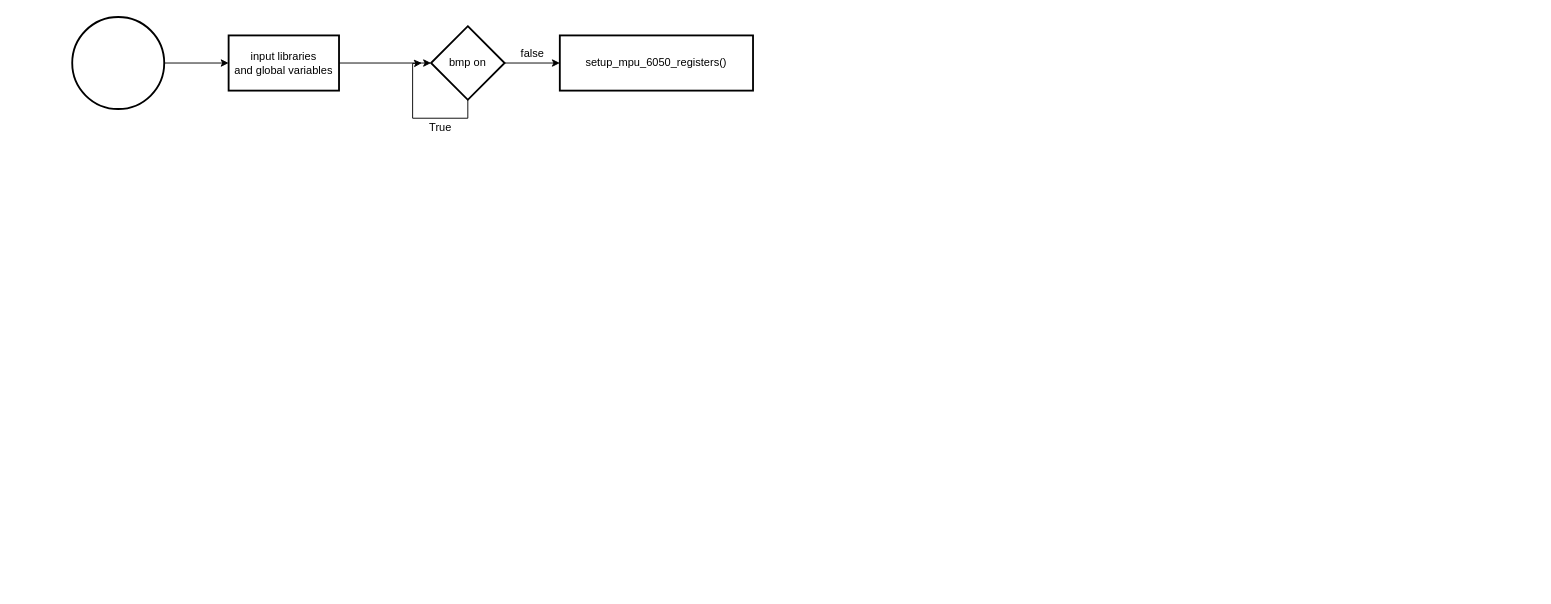
Earlier version of the draw.io diagram Untitled Diagram.drawio (Mehmetnurbostan/hellobot). Source tidied: cells renumbered, new cells numbered last; positions are measured from the earlier drawing's top-left corner, leaving out a move shared by most shapes. Both pictures are drawn from the tidied source at 92%, with x=0, y=0 at pixel (72, 17).
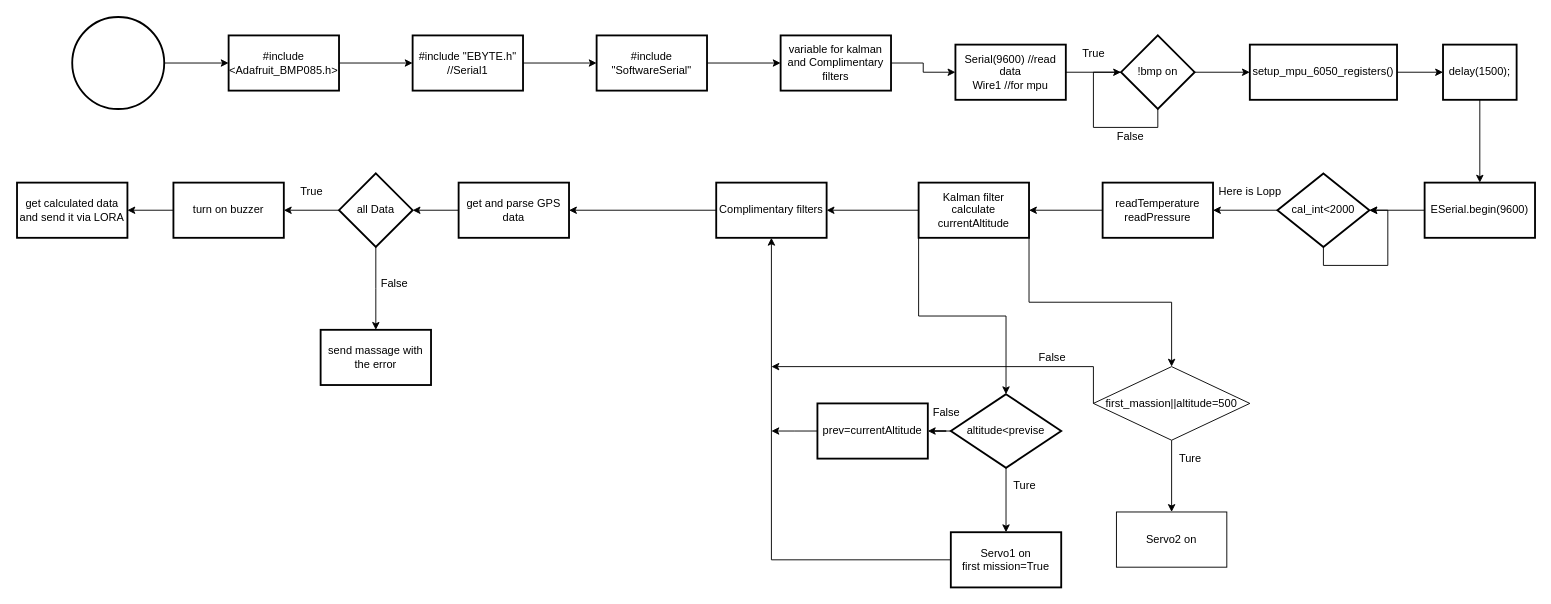
After the change.

Unchanged cells that the change refers to:
```xml
<mxCell id="3" style="strokeWidth=2;html=1;shape=mxgraph.flowchart.start_2;whiteSpace=wrap;" parent="1" vertex="1">
  <mxGeometry width="100" height="100" as="geometry" />
</mxCell>
```

Diff of the diagram source:
```diff
@@
-    <mxCell id="2" style="edgeStyle=orthogonalEdgeStyle;rounded=0;jettySize=auto;html=1;" parent="1" edge="1" source="3" target="5">
-      <mxGeometry relative="1" as="geometry" />
-    </mxCell>
+    <mxCell id="12" style="edgeStyle=orthogonalEdgeStyle;rounded=0;jettySize=auto;html=1;" parent="1" edge="1" source="3" target="14">
+      <mxGeometry relative="1" as="geometry" />
+    </mxCell>
@@
-    <mxCell id="4" style="edgeStyle=orthogonalEdgeStyle;rounded=0;jettySize=auto;html=1;" parent="1" edge="1" source="5" target="8">
-      <mxGeometry relative="1" as="geometry" />
-    </mxCell>
-    <mxCell id="5" value="&lt;div&gt;input libraries&lt;/div&gt;&lt;div&gt;and global variables&lt;/div&gt;" style="whiteSpace=wrap;html=1;strokeWidth=2;" parent="1" vertex="1">
-      <mxGeometry x="170" y="20" width="120" height="60" as="geometry" />
-    </mxCell>
-    <mxCell id="6" style="edgeStyle=orthogonalEdgeStyle;rounded=0;jettySize=auto;html=1;" parent="1" edge="1" source="8" target="9">
-      <mxGeometry relative="1" as="geometry" />
-    </mxCell>
-    <mxCell id="7" style="edgeStyle=orthogonalEdgeStyle;rounded=0;jettySize=auto;html=1;exitX=0.5;exitY=1;exitDx=0;exitDy=0;" parent="1" edge="1" source="8">
-      <mxGeometry relative="1" as="geometry">
-        <mxPoint x="380" y="50" as="targetPoint" />
-      </mxGeometry>
-    </mxCell>
-    <mxCell id="8" value="bmp on" style="rhombus;whiteSpace=wrap;html=1;strokeWidth=2;" parent="1" vertex="1">
-      <mxGeometry x="390" y="10" width="80" height="80" as="geometry" />
-    </mxCell>
+    <mxCell id="13" style="edgeStyle=orthogonalEdgeStyle;rounded=0;jettySize=auto;html=1;" parent="1" edge="1" source="14" target="16">
+      <mxGeometry relative="1" as="geometry" />
+    </mxCell>
+    <mxCell id="14" value="#include &amp;lt;Adafruit_BMP085.h&amp;gt;" style="whiteSpace=wrap;html=1;strokeWidth=2;" parent="1" vertex="1">
+      <mxGeometry x="170" y="20" width="120" height="60" as="geometry" />
+    </mxCell>
+    <mxCell id="15" style="edgeStyle=orthogonalEdgeStyle;rounded=0;jettySize=auto;html=1;" parent="1" edge="1" source="16" target="18">
+      <mxGeometry relative="1" as="geometry" />
+    </mxCell>
+    <mxCell id="16" value="&lt;div&gt;#include &quot;EBYTE.h&quot;&lt;/div&gt;&lt;div&gt;//Serial1&lt;/div&gt;" style="whiteSpace=wrap;html=1;strokeWidth=2;" parent="1" vertex="1">
+      <mxGeometry x="370" y="20" width="120" height="60" as="geometry" />
+    </mxCell>
+    <mxCell id="17" style="edgeStyle=orthogonalEdgeStyle;rounded=0;jettySize=auto;html=1;" parent="1" edge="1" source="18" target="20">
+      <mxGeometry relative="1" as="geometry" />
+    </mxCell>
+    <mxCell id="18" value="#include &quot;SoftwareSerial&quot;" style="whiteSpace=wrap;html=1;strokeWidth=2;" parent="1" vertex="1">
+      <mxGeometry x="570" y="20" width="120" height="60" as="geometry" />
+    </mxCell>
+    <mxCell id="19" style="edgeStyle=orthogonalEdgeStyle;rounded=0;jettySize=auto;html=1;" parent="1" edge="1" source="20" target="22">
+      <mxGeometry relative="1" as="geometry" />
+    </mxCell>
+    <mxCell id="20" value="variable for kalman and Complimentary filters" style="whiteSpace=wrap;html=1;strokeWidth=2;" parent="1" vertex="1">
+      <mxGeometry x="770" y="20" width="120" height="60" as="geometry" />
+    </mxCell>
+    <mxCell id="21" style="edgeStyle=orthogonalEdgeStyle;rounded=0;jettySize=auto;html=1;" parent="1" edge="1" source="22" target="25">
+      <mxGeometry relative="1" as="geometry" />
+    </mxCell>
+    <mxCell id="22" value="&lt;div&gt;Serial(9600) //read data&lt;/div&gt;&lt;div&gt;Wire1 //for mpu&lt;br&gt;&lt;/div&gt;" style="whiteSpace=wrap;html=1;strokeWidth=2;" parent="1" vertex="1">
+      <mxGeometry x="960" y="30" width="120" height="60" as="geometry" />
+    </mxCell>
+    <mxCell id="23" style="edgeStyle=orthogonalEdgeStyle;rounded=0;orthogonalLoop=1;jettySize=auto;html=1;exitX=0.5;exitY=1;exitDx=0;exitDy=0;entryX=1;entryY=0.5;entryDx=0;entryDy=0;" parent="1" edge="1" source="25" target="25">
+      <mxGeometry relative="1" as="geometry">
+        <Array as="points">
+          <mxPoint x="1180" y="120" />
+          <mxPoint x="1110" y="120" />
+          <mxPoint x="1110" y="60" />
+        </Array>
+      </mxGeometry>
+    </mxCell>
+    <mxCell id="24" style="edgeStyle=orthogonalEdgeStyle;rounded=0;jettySize=auto;html=1;" parent="1" edge="1" source="25" target="9">
+      <mxGeometry relative="1" as="geometry" />
+    </mxCell>
+    <mxCell id="25" value="!bmp on" style="rhombus;whiteSpace=wrap;html=1;strokeWidth=2;" parent="1" vertex="1">
+      <mxGeometry x="1140" y="20" width="80" height="80" as="geometry" />
+    </mxCell>
+    <mxCell id="26" value="False" style="text;html=1;align=center;verticalAlign=middle;strokeColor=none;" parent="1" vertex="1">
+      <mxGeometry x="1130" y="120" width="40" height="20" as="geometry" />
+    </mxCell>
+    <mxCell id="27" style="edgeStyle=orthogonalEdgeStyle;rounded=0;jettySize=auto;html=1;" parent="1" edge="1" source="9" target="30">
+      <mxGeometry relative="1" as="geometry" />
+    </mxCell>
     <mxCell id="9" value="setup_mpu_6050_registers()" style="whiteSpace=wrap;html=1;strokeWidth=2;" parent="1" vertex="1">
-      <mxGeometry x="530" y="20" width="210" height="60" as="geometry" />
+      <mxGeometry x="1280" y="30" width="160" height="60" as="geometry" />
     </mxCell>
-    <mxCell id="10" value="&lt;div&gt;True&lt;/div&gt;" style="text;html=1;align=center;verticalAlign=middle;strokeColor=none;" parent="1" vertex="1">
-      <mxGeometry x="380" y="110" width="40" height="20" as="geometry" />
-    </mxCell>
-    <mxCell id="11" value="&lt;div&gt;false&lt;/div&gt;" style="text;html=1;align=center;verticalAlign=middle;strokeColor=none;" parent="1" vertex="1">
-      <mxGeometry x="480" y="30" width="40" height="20" as="geometry" />
-    </mxCell>
+    <mxCell id="28" value="True" style="text;html=1;align=center;verticalAlign=middle;strokeColor=none;" parent="1" vertex="1">
+      <mxGeometry x="1090" y="30" width="40" height="20" as="geometry" />
+    </mxCell>
+    <mxCell id="29" style="edgeStyle=orthogonalEdgeStyle;rounded=0;jettySize=auto;html=1;" parent="1" edge="1" source="30" target="32">
+      <mxGeometry relative="1" as="geometry" />
+    </mxCell>
+    <mxCell id="30" value="delay(1500);" style="whiteSpace=wrap;html=1;strokeWidth=2;" parent="1" vertex="1">
+      <mxGeometry x="1490" y="30" width="80" height="60" as="geometry" />
+    </mxCell>
+    <mxCell id="31" style="edgeStyle=orthogonalEdgeStyle;rounded=0;jettySize=auto;html=1;" parent="1" edge="1" source="32" target="34">
+      <mxGeometry relative="1" as="geometry" />
+    </mxCell>
+    <mxCell id="32" value="ESerial.begin(9600)" style="whiteSpace=wrap;html=1;strokeWidth=2;" parent="1" vertex="1">
+      <mxGeometry x="1470" y="180" width="120" height="60" as="geometry" />
+    </mxCell>
+    <mxCell id="33" style="edgeStyle=orthogonalEdgeStyle;rounded=0;jettySize=auto;html=1;" parent="1" edge="1" source="34" target="36">
+      <mxGeometry relative="1" as="geometry" />
+    </mxCell>
+    <mxCell id="34" value="cal_int&amp;lt;2000" style="rhombus;whiteSpace=wrap;html=1;strokeWidth=2;" parent="1" vertex="1">
+      <mxGeometry x="1310" y="170" width="100" height="80" as="geometry" />
+    </mxCell>
+    <mxCell id="35" style="edgeStyle=orthogonalEdgeStyle;rounded=0;jettySize=auto;html=1;" parent="1" edge="1" source="36" target="40">
+      <mxGeometry relative="1" as="geometry" />
+    </mxCell>
+    <mxCell id="36" value="&lt;div&gt;readTemperature&lt;/div&gt;&lt;div&gt;readPressure&lt;/div&gt;" style="whiteSpace=wrap;html=1;strokeWidth=2;" parent="1" vertex="1">
+      <mxGeometry x="1120" y="180" width="120" height="60" as="geometry" />
+    </mxCell>
+    <mxCell id="37" style="edgeStyle=orthogonalEdgeStyle;rounded=0;jettySize=auto;html=1;" parent="1" edge="1" source="40" target="42">
+      <mxGeometry relative="1" as="geometry" />
+    </mxCell>
+    <mxCell id="38" style="edgeStyle=orthogonalEdgeStyle;rounded=0;jettySize=auto;html=1;exitX=1;exitY=1;exitDx=0;exitDy=0;" parent="1" edge="1" source="40" target="63">
+      <mxGeometry relative="1" as="geometry" />
+    </mxCell>
+    <mxCell id="39" style="edgeStyle=orthogonalEdgeStyle;rounded=0;jettySize=auto;html=1;exitX=0;exitY=1;exitDx=0;exitDy=0;entryX=0.5;entryY=0;entryDx=0;entryDy=0;" parent="1" edge="1" source="40" target="56">
+      <mxGeometry relative="1" as="geometry" />
+    </mxCell>
+    <mxCell id="40" value="&lt;div&gt;Kalman filter&lt;/div&gt;&lt;div&gt;calculate currentAltitude&lt;/div&gt;" style="whiteSpace=wrap;html=1;strokeWidth=2;" parent="1" vertex="1">
+      <mxGeometry x="920" y="180" width="120" height="60" as="geometry" />
+    </mxCell>
+    <mxCell id="41" style="edgeStyle=orthogonalEdgeStyle;rounded=0;jettySize=auto;html=1;" parent="1" edge="1" source="42" target="45">
+      <mxGeometry relative="1" as="geometry" />
+    </mxCell>
+    <mxCell id="42" value="Complimentary filters" style="whiteSpace=wrap;html=1;strokeWidth=2;" parent="1" vertex="1">
+      <mxGeometry x="700" y="180" width="120" height="60" as="geometry" />
+    </mxCell>
+    <mxCell id="43" value="&lt;div&gt;get calculated data&lt;/div&gt;&lt;div&gt;and send it via LORA&lt;br&gt;&lt;/div&gt;" style="whiteSpace=wrap;html=1;strokeWidth=2;" parent="1" vertex="1">
+      <mxGeometry x="-60" y="180" width="120" height="60" as="geometry" />
+    </mxCell>
+    <mxCell id="44" style="edgeStyle=orthogonalEdgeStyle;rounded=0;jettySize=auto;html=1;" parent="1" edge="1" source="45" target="48">
+      <mxGeometry relative="1" as="geometry" />
+    </mxCell>
+    <mxCell id="45" value="get and parse GPS data" style="whiteSpace=wrap;html=1;strokeWidth=2;" parent="1" vertex="1">
+      <mxGeometry x="420" y="180" width="120" height="60" as="geometry" />
+    </mxCell>
+    <mxCell id="46" style="edgeStyle=orthogonalEdgeStyle;rounded=0;jettySize=auto;html=1;" parent="1" edge="1" source="48" target="50">
+      <mxGeometry relative="1" as="geometry" />
+    </mxCell>
+    <mxCell id="47" style="edgeStyle=orthogonalEdgeStyle;rounded=0;jettySize=auto;html=1;" parent="1" edge="1" source="48">
+      <mxGeometry relative="1" as="geometry">
+        <mxPoint x="330" y="340" as="targetPoint" />
+      </mxGeometry>
+    </mxCell>
+    <mxCell id="48" value="all Data" style="rhombus;whiteSpace=wrap;html=1;strokeWidth=2;" parent="1" vertex="1">
+      <mxGeometry x="290" y="170" width="80" height="80" as="geometry" />
+    </mxCell>
+    <mxCell id="49" style="edgeStyle=orthogonalEdgeStyle;rounded=0;jettySize=auto;html=1;entryX=1;entryY=0.5;entryDx=0;entryDy=0;" parent="1" edge="1" source="50" target="43">
+      <mxGeometry relative="1" as="geometry" />
+    </mxCell>
+    <mxCell id="50" value="turn on buzzer" style="whiteSpace=wrap;html=1;strokeWidth=2;" parent="1" vertex="1">
+      <mxGeometry x="110" y="180" width="120" height="60" as="geometry" />
+    </mxCell>
+    <mxCell id="51" value="send massage with the error" style="whiteSpace=wrap;html=1;strokeWidth=2;" parent="1" vertex="1">
+      <mxGeometry x="270" y="340" width="120" height="60" as="geometry" />
+    </mxCell>
+    <mxCell id="52" value="True" style="text;html=1;align=center;verticalAlign=middle;strokeColor=none;" parent="1" vertex="1">
+      <mxGeometry x="240" y="180" width="40" height="20" as="geometry" />
+    </mxCell>
+    <mxCell id="53" value="False" style="text;html=1;align=center;verticalAlign=middle;strokeColor=none;" parent="1" vertex="1">
+      <mxGeometry x="330" y="280" width="40" height="20" as="geometry" />
+    </mxCell>
+    <mxCell id="54" style="edgeStyle=orthogonalEdgeStyle;rounded=0;jettySize=auto;html=1;" parent="1" edge="1" source="56" target="58">
+      <mxGeometry relative="1" as="geometry" />
+    </mxCell>
+    <mxCell id="55" style="edgeStyle=orthogonalEdgeStyle;rounded=0;jettySize=auto;html=1;" parent="1" edge="1" source="56" target="70">
+      <mxGeometry relative="1" as="geometry" />
+    </mxCell>
+    <mxCell id="56" value="altitude&amp;lt;previse" style="rhombus;whiteSpace=wrap;html=1;strokeWidth=2;" parent="1" vertex="1">
+      <mxGeometry x="955" y="410" width="120" height="80" as="geometry" />
+    </mxCell>
+    <mxCell id="57" style="edgeStyle=orthogonalEdgeStyle;rounded=0;jettySize=auto;html=1;exitX=0;exitY=0.5;exitDx=0;exitDy=0;entryX=0.5;entryY=1;entryDx=0;entryDy=0;" parent="1" edge="1" source="58" target="42">
+      <mxGeometry relative="1" as="geometry" />
+    </mxCell>
+    <mxCell id="58" value="&lt;div&gt;Servo1 on&lt;/div&gt;&lt;div&gt;first mission=True&lt;br&gt;&lt;/div&gt;" style="whiteSpace=wrap;html=1;strokeWidth=2;" parent="1" vertex="1">
+      <mxGeometry x="955" y="560" width="120" height="60" as="geometry" />
+    </mxCell>
+    <mxCell id="59" value="Ture" style="text;html=1;align=center;verticalAlign=middle;strokeColor=none;" parent="1" vertex="1">
+      <mxGeometry x="1015" y="500" width="40" height="20" as="geometry" />
+    </mxCell>
+    <mxCell id="60" value="False" style="text;html=1;align=center;verticalAlign=middle;strokeColor=none;" parent="1" vertex="1">
+      <mxGeometry x="930" y="420" width="40" height="20" as="geometry" />
+    </mxCell>
+    <mxCell id="61" style="edgeStyle=orthogonalEdgeStyle;rounded=0;jettySize=auto;html=1;" parent="1" edge="1" source="63" target="64">
+      <mxGeometry relative="1" as="geometry" />
+    </mxCell>
+    <mxCell id="62" style="edgeStyle=orthogonalEdgeStyle;rounded=0;jettySize=auto;html=1;exitX=0;exitY=0.5;exitDx=0;exitDy=0;" parent="1" edge="1" source="63">
+      <mxGeometry relative="1" as="geometry">
+        <mxPoint x="760" y="380" as="targetPoint" />
+        <Array as="points">
+          <mxPoint x="1110" y="380" />
+        </Array>
+      </mxGeometry>
+    </mxCell>
+    <mxCell id="63" value="first_massion||altitude=500" style="rhombus;whiteSpace=wrap;html=1;" parent="1" vertex="1">
+      <mxGeometry x="1110" y="380" width="170" height="80" as="geometry" />
+    </mxCell>
+    <mxCell id="64" value="Servo2 on" style="whiteSpace=wrap;html=1;" parent="1" vertex="1">
+      <mxGeometry x="1135" y="538" width="120" height="60" as="geometry" />
+    </mxCell>
+    <mxCell id="65" value="Ture" style="text;html=1;align=center;verticalAlign=middle;strokeColor=none;" parent="1" vertex="1">
+      <mxGeometry x="1195" y="470" width="40" height="20" as="geometry" />
+    </mxCell>
+    <mxCell id="66" value="False" style="text;html=1;align=center;verticalAlign=middle;strokeColor=none;" parent="1" vertex="1">
+      <mxGeometry x="1045" y="360" width="40" height="20" as="geometry" />
+    </mxCell>
+    <mxCell id="67" style="edgeStyle=orthogonalEdgeStyle;rounded=0;orthogonalLoop=1;jettySize=auto;html=1;exitX=0.5;exitY=1;exitDx=0;exitDy=0;entryX=1;entryY=0.5;entryDx=0;entryDy=0;" parent="1" edge="1" source="34" target="34">
+      <mxGeometry relative="1" as="geometry" />
+    </mxCell>
+    <mxCell id="68" value="&lt;div&gt;Here is Lopp&lt;/div&gt;" style="text;html=1;align=center;verticalAlign=middle;strokeColor=none;" parent="1" vertex="1">
+      <mxGeometry x="1240" y="180" width="80" height="20" as="geometry" />
+    </mxCell>
+    <mxCell id="69" style="edgeStyle=orthogonalEdgeStyle;rounded=0;jettySize=auto;html=1;" parent="1" edge="1" source="70">
+      <mxGeometry relative="1" as="geometry">
+        <mxPoint x="760" y="450" as="targetPoint" />
+      </mxGeometry>
+    </mxCell>
+    <mxCell id="70" value="prev=currentAltitude" style="whiteSpace=wrap;html=1;strokeWidth=2;" parent="1" vertex="1">
+      <mxGeometry x="810" y="420" width="120" height="60" as="geometry" />
+    </mxCell>
```
